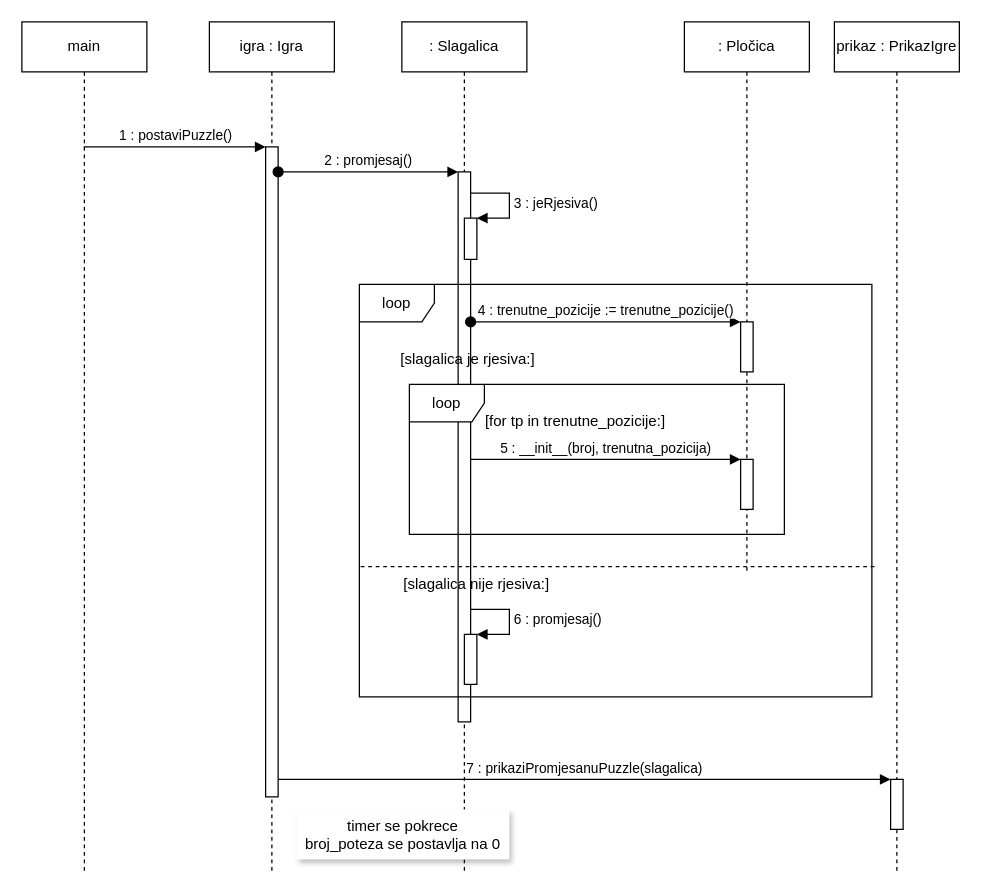
Above: page "dijagramSlijedaPostavljanjePuzzle" (9 of 9) of dijagram.drawio in mmravak/Sliding-puzzle (draw.io), before the change. Source tidied: cells renumbered, new cells numbered last; positions are measured from the earlier drawing's top-left corner, leaving out a move shared by most shapes. Both pictures are drawn from the tidied source at 125%, with x=0, y=0 at pixel (21, 21).
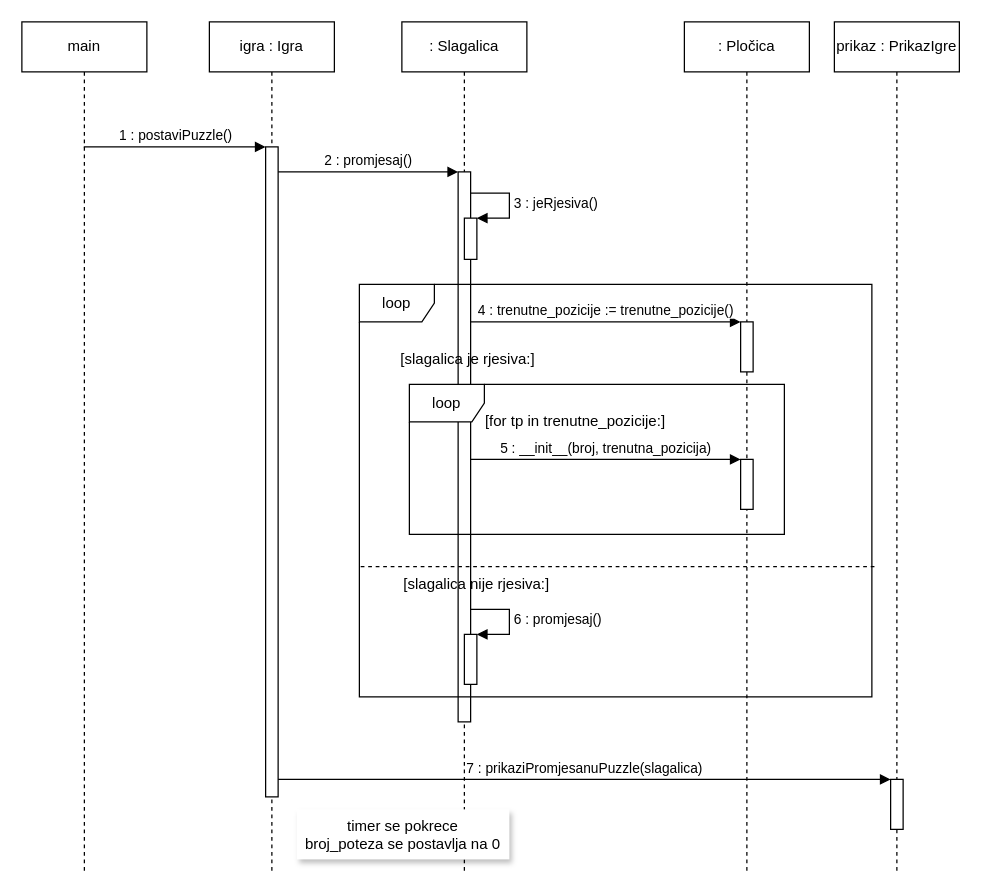
The same diagram, later.

The change refers to these unchanged cells:
```xml
<mxCell id="6" style="html=1;points=[];perimeter=orthogonalPerimeter;" parent="5" vertex="1">
  <mxGeometry x="45" y="100" width="10" height="520" as="geometry" />
</mxCell>
<mxCell id="8" style="html=1;points=[];perimeter=orthogonalPerimeter;" parent="7" vertex="1">
  <mxGeometry x="45" y="120" width="10" height="440" as="geometry" />
</mxCell>
<mxCell id="13" style="html=1;points=[];perimeter=orthogonalPerimeter;" parent="12" vertex="1">
  <mxGeometry x="45" y="240" width="10" height="40" as="geometry" />
</mxCell>
```

Diff of the diagram source:
```diff
@@
     <mxCell id="12" value=": Pločica" style="shape=umlLifeline;perimeter=lifelinePerimeter;whiteSpace=wrap;html=1;" parent="1" vertex="1">
-      <mxGeometry x="530" width="100" height="440" as="geometry" />
+      <mxGeometry x="530" width="100" height="680" as="geometry" />
     </mxCell>
@@
-    <mxCell id="16" value="2 : promjesaj()" style="html=1;verticalAlign=bottom;startArrow=oval;endArrow=block;startSize=8;" parent="1" edge="1" source="6" target="8">
+    <mxCell id="16" value="2 : promjesaj()" style="html=1;verticalAlign=bottom;startArrow=none;endArrow=block;startSize=8;startFill=0;" parent="1" edge="1" source="6" target="8">
       <mxGeometry relative="1" as="geometry">
         <Array as="points">
           <mxPoint x="280" y="120" />
         </Array>
       </mxGeometry>
     </mxCell>
@@
-    <mxCell id="18" value="4 : trenutne_pozicije := trenutne_pozicije()" style="html=1;verticalAlign=bottom;startArrow=oval;endArrow=block;startSize=8;" parent="1" edge="1" source="8" target="13">
+    <mxCell id="18" value="4 : trenutne_pozicije := trenutne_pozicije()" style="html=1;verticalAlign=bottom;startArrow=none;endArrow=block;startSize=8;startFill=0;" parent="1" edge="1" source="8" target="13">
       <mxGeometry relative="1" as="geometry">
         <Array as="points">
           <mxPoint x="420" y="240" />
         </Array>
       </mxGeometry>
     </mxCell>
```
